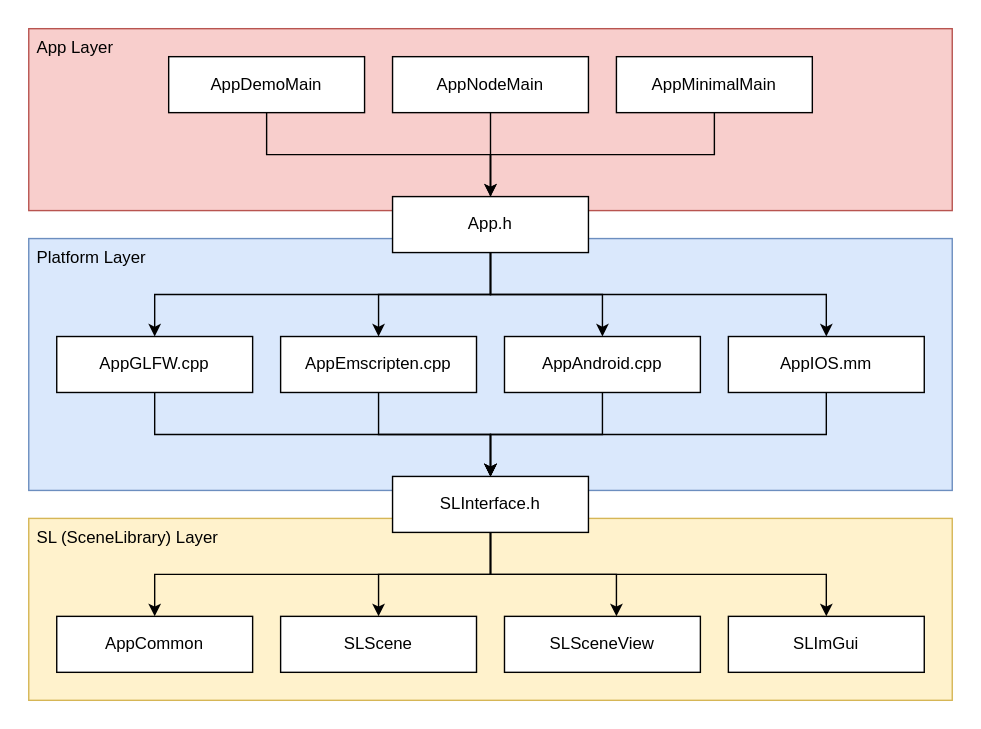
Above: docs/images/app_framework.svg in cpvrlab/SLProject4 (draw.io), before the change. Source tidied: cells renumbered, new cells last; positions are measured from the earlier drawing's top-left corner, leaving out a move shared by most shapes.
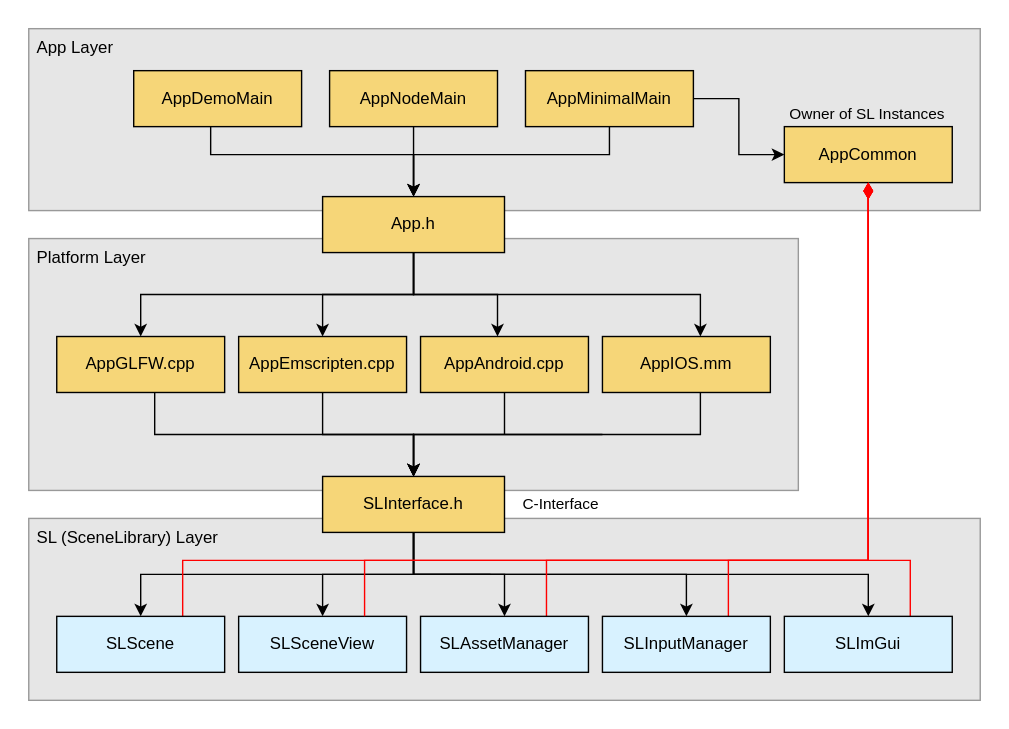
The same diagram one commit later.

Change to the diagram source:
```diff
@@ -2,102 +2,104 @@
   <root>
     <mxCell id="0" />
     <mxCell id="1" parent="0" />
-    <mxCell id="2" value="SL (SceneLibrary) Layer" style="rounded=0;whiteSpace=wrap;html=1;fillColor=#fff2cc;strokeColor=#d6b656;verticalAlign=top;align=left;spacingLeft=4;" parent="1" vertex="1">
-      <mxGeometry y="350" width="660" height="130" as="geometry" />
+    <mxCell id="2" value="SL (SceneLibrary) Layer" style="rounded=0;whiteSpace=wrap;html=1;fillColor=#E6E6E6;strokeColor=#999999;verticalAlign=top;align=left;spacingLeft=4;" parent="1" vertex="1">
+      <mxGeometry y="350" width="680" height="130" as="geometry" />
     </mxCell>
-    <mxCell id="3" value="Platform Layer" style="rounded=0;whiteSpace=wrap;html=1;fillColor=#dae8fc;strokeColor=#6c8ebf;verticalAlign=top;align=left;spacingLeft=4;" parent="1" vertex="1">
-      <mxGeometry y="150" width="660" height="180" as="geometry" />
+    <mxCell id="3" value="Platform Layer" style="rounded=0;whiteSpace=wrap;html=1;fillColor=#E6E6E6;strokeColor=#999999;verticalAlign=top;align=left;spacingLeft=4;" parent="1" vertex="1">
+      <mxGeometry y="150" width="550" height="180" as="geometry" />
     </mxCell>
-    <mxCell id="4" value="App Layer" style="rounded=0;whiteSpace=wrap;html=1;fillColor=#f8cecc;strokeColor=#b85450;verticalAlign=top;align=left;spacingLeft=4;" parent="1" vertex="1">
-      <mxGeometry width="660" height="130" as="geometry" />
+    <mxCell id="4" value="App Layer" style="rounded=0;whiteSpace=wrap;html=1;fillColor=#E6E6E6;strokeColor=#999999;verticalAlign=top;align=left;spacingLeft=4;" parent="1" vertex="1">
+      <mxGeometry width="680" height="130" as="geometry" />
     </mxCell>
-    <mxCell id="5" style="edgeStyle=orthogonalEdgeStyle;rounded=0;jettySize=auto;html=1;" parent="1" edge="1" source="6">
+    <mxCell id="5" style="edgeStyle=orthogonalEdgeStyle;rounded=0;jettySize=auto;html=1;entryX=0.5;entryY=0;entryDx=0;entryDy=0;strokeWidth=1;" parent="1" edge="1" source="6" target="15">
       <mxGeometry relative="1" as="geometry">
-        <mxPoint x="330" y="130" as="targetPoint" />
         <Array as="points">
-          <mxPoint x="170" y="90" />
-          <mxPoint x="330" y="90" />
+          <mxPoint x="130" y="90" />
+          <mxPoint x="275" y="90" />
         </Array>
       </mxGeometry>
     </mxCell>
-    <mxCell id="6" value="&lt;a href=&quot;https://cpvrlab.github.io/SLProject4/_app_demo_main_8cpp.html&quot;&gt;AppDemoMain&lt;/a&gt;" style="rounded=0;whiteSpace=wrap;html=1;" parent="1" vertex="1">
-      <mxGeometry x="100" y="20" width="140" height="40" as="geometry" />
+    <mxCell id="6" value="&lt;a href=&quot;https://cpvrlab.github.io/SLProject4/_app_demo_main_8cpp.html&quot;&gt;AppDemoMain&lt;/a&gt;" style="rounded=0;whiteSpace=wrap;html=1;fillColor=#f6d678;strokeColor=#000000;" parent="1" vertex="1">
+      <mxGeometry x="75" y="30" width="120" height="40" as="geometry" />
     </mxCell>
-    <mxCell id="7" style="edgeStyle=orthogonalEdgeStyle;rounded=0;jettySize=auto;html=1;" parent="1" edge="1" source="8" target="15">
+    <mxCell id="7" style="edgeStyle=orthogonalEdgeStyle;rounded=0;jettySize=auto;html=1;strokeWidth=1;" parent="1" edge="1" source="8" target="15">
       <mxGeometry relative="1" as="geometry" />
     </mxCell>
-    <mxCell id="8" value="&lt;a href=&quot;https://cpvrlab.github.io/SLProject4/_app_node_main_8cpp.html&quot;&gt;AppNodeMain&lt;/a&gt;" style="rounded=0;whiteSpace=wrap;html=1;" parent="1" vertex="1">
-      <mxGeometry x="260" y="20" width="140" height="40" as="geometry" />
+    <mxCell id="8" value="&lt;a href=&quot;https://cpvrlab.github.io/SLProject4/_app_node_main_8cpp.html&quot;&gt;AppNodeMain&lt;/a&gt;" style="rounded=0;whiteSpace=wrap;html=1;fillColor=#f6d678;" parent="1" vertex="1">
+      <mxGeometry x="215" y="30" width="120" height="40" as="geometry" />
     </mxCell>
-    <mxCell id="9" style="edgeStyle=orthogonalEdgeStyle;rounded=0;jettySize=auto;html=1;" parent="1" edge="1" source="10" target="15">
+    <mxCell id="9" style="edgeStyle=orthogonalEdgeStyle;rounded=0;jettySize=auto;html=1;strokeWidth=1;" parent="1" edge="1" source="10" target="15">
       <mxGeometry relative="1" as="geometry">
         <Array as="points">
-          <mxPoint x="490" y="90" />
-          <mxPoint x="330" y="90" />
+          <mxPoint x="415" y="90" />
+          <mxPoint x="275" y="90" />
         </Array>
       </mxGeometry>
     </mxCell>
+    <mxCell id="33" style="edgeStyle=orthogonalEdgeStyle;rounded=0;jettySize=auto;html=1;exitX=1;exitY=0.5;exitDx=0;exitDy=0;strokeWidth=1;" parent="1" edge="1" source="10" target="29">
+      <mxGeometry relative="1" as="geometry" />
+    </mxCell>
-    <mxCell id="10" value="&lt;a href=&quot;https://cpvrlab.github.io/SLProject4/_app_minimal_main_8cpp.html&quot;&gt;AppMinimalMain&lt;/a&gt;" style="rounded=0;whiteSpace=wrap;html=1;" parent="1" vertex="1">
-      <mxGeometry x="420" y="20" width="140" height="40" as="geometry" />
+    <mxCell id="10" value="&lt;a href=&quot;https://cpvrlab.github.io/SLProject4/_app_minimal_main_8cpp.html&quot;&gt;AppMinimalMain&lt;/a&gt;" style="rounded=0;whiteSpace=wrap;html=1;fillColor=#f6d678;" parent="1" vertex="1">
+      <mxGeometry x="355" y="30" width="120" height="40" as="geometry" />
     </mxCell>
-    <mxCell id="11" style="edgeStyle=orthogonalEdgeStyle;rounded=0;jettySize=auto;html=1;" parent="1" edge="1" source="15" target="17">
+    <mxCell id="11" style="edgeStyle=orthogonalEdgeStyle;rounded=0;jettySize=auto;html=1;strokeWidth=1;" parent="1" edge="1" source="15" target="17">
       <mxGeometry relative="1" as="geometry">
         <Array as="points">
-          <mxPoint x="330" y="190" />
-          <mxPoint x="90" y="190" />
+          <mxPoint x="275" y="190" />
+          <mxPoint x="80" y="190" />
         </Array>
       </mxGeometry>
     </mxCell>
-    <mxCell id="12" style="edgeStyle=orthogonalEdgeStyle;rounded=0;jettySize=auto;html=1;" parent="1" edge="1" source="15" target="19">
+    <mxCell id="12" style="edgeStyle=orthogonalEdgeStyle;rounded=0;jettySize=auto;html=1;strokeWidth=1;" parent="1" edge="1" source="15" target="19">
       <mxGeometry relative="1" as="geometry">
         <Array as="points">
-          <mxPoint x="330" y="190" />
-          <mxPoint x="250" y="190" />
+          <mxPoint x="275" y="190" />
+          <mxPoint x="210" y="190" />
         </Array>
       </mxGeometry>
     </mxCell>
-    <mxCell id="13" style="edgeStyle=orthogonalEdgeStyle;rounded=0;jettySize=auto;html=1;" parent="1" edge="1" source="15" target="21">
+    <mxCell id="13" style="edgeStyle=orthogonalEdgeStyle;rounded=0;jettySize=auto;html=1;strokeWidth=1;" parent="1" edge="1" source="15" target="21">
       <mxGeometry relative="1" as="geometry">
         <Array as="points">
-          <mxPoint x="330" y="190" />
-          <mxPoint x="410" y="190" />
+          <mxPoint x="275" y="190" />
+          <mxPoint x="335" y="190" />
         </Array>
       </mxGeometry>
     </mxCell>
-    <mxCell id="14" style="edgeStyle=orthogonalEdgeStyle;rounded=0;jettySize=auto;html=1;" parent="1" edge="1" source="15" target="23">
+    <mxCell id="14" style="edgeStyle=orthogonalEdgeStyle;rounded=0;jettySize=auto;html=1;strokeWidth=1;" parent="1" edge="1" source="15" target="23">
       <mxGeometry relative="1" as="geometry">
         <Array as="points">
-          <mxPoint x="330" y="190" />
-          <mxPoint x="570" y="190" />
+          <mxPoint x="275" y="190" />
+          <mxPoint x="480" y="190" />
         </Array>
       </mxGeometry>
     </mxCell>
-    <mxCell id="15" value="&lt;a href=&quot;https://cpvrlab.github.io/SLProject4/_app_8h.html&quot;&gt;App.h&lt;/a&gt;" style="rounded=0;whiteSpace=wrap;html=1;" parent="1" vertex="1">
-      <mxGeometry x="260" y="120" width="140" height="40" as="geometry" />
+    <mxCell id="15" value="&lt;a href=&quot;https://cpvrlab.github.io/SLProject4/_app_8h.html&quot;&gt;App.h&lt;/a&gt;" style="rounded=0;whiteSpace=wrap;html=1;fillColor=#f6d678;" parent="1" vertex="1">
+      <mxGeometry x="210" y="120" width="130" height="40" as="geometry" />
     </mxCell>
-    <mxCell id="16" style="edgeStyle=orthogonalEdgeStyle;rounded=0;jettySize=auto;html=1;" parent="1" edge="1" source="17" target="28">
+    <mxCell id="16" style="edgeStyle=orthogonalEdgeStyle;rounded=0;jettySize=auto;html=1;strokeWidth=1;" parent="1" edge="1" source="17" target="28">
       <mxGeometry relative="1" as="geometry">
         <Array as="points">
           <mxPoint x="90" y="290" />
-          <mxPoint x="330" y="290" />
+          <mxPoint x="275" y="290" />
         </Array>
       </mxGeometry>
     </mxCell>
-    <mxCell id="17" value="&lt;a href=&quot;https://cpvrlab.github.io/SLProject4/_app_g_l_f_w_8cpp.html&quot;&gt;AppGLFW.cpp&lt;/a&gt;" style="rounded=0;whiteSpace=wrap;html=1;" parent="1" vertex="1">
-      <mxGeometry x="20" y="220" width="140" height="40" as="geometry" />
+    <mxCell id="17" value="&lt;a href=&quot;https://cpvrlab.github.io/SLProject4/_app_g_l_f_w_8cpp.html&quot;&gt;AppGLFW.cpp&lt;/a&gt;" style="rounded=0;whiteSpace=wrap;html=1;fillColor=#f6d678;" parent="1" vertex="1">
+      <mxGeometry x="20" y="220" width="120" height="40" as="geometry" />
     </mxCell>
-    <mxCell id="18" style="edgeStyle=orthogonalEdgeStyle;rounded=0;jettySize=auto;html=1;" parent="1" edge="1" source="19" target="28">
+    <mxCell id="18" style="edgeStyle=orthogonalEdgeStyle;rounded=0;jettySize=auto;html=1;strokeWidth=1;" parent="1" edge="1" source="19" target="28">
       <mxGeometry relative="1" as="geometry">
         <Array as="points">
-          <mxPoint x="250" y="290" />
-          <mxPoint x="330" y="290" />
+          <mxPoint x="210" y="290" />
+          <mxPoint x="275" y="290" />
         </Array>
       </mxGeometry>
     </mxCell>
-    <mxCell id="19" value="&lt;a href=&quot;https://cpvrlab.github.io/SLProject4/_app_emscripten_8cpp.html&quot;&gt;AppEmscripten.cpp&lt;/a&gt;" style="rounded=0;whiteSpace=wrap;html=1;" parent="1" vertex="1">
-      <mxGeometry x="180" y="220" width="140" height="40" as="geometry" />
+    <mxCell id="19" value="&lt;a href=&quot;https://cpvrlab.github.io/SLProject4/_app_emscripten_8cpp.html&quot;&gt;AppEmscripten.cpp&lt;/a&gt;" style="rounded=0;whiteSpace=wrap;html=1;fillColor=#f6d678;" parent="1" vertex="1">
+      <mxGeometry x="150" y="220" width="120" height="40" as="geometry" />
     </mxCell>
-    <mxCell id="20" style="edgeStyle=orthogonalEdgeStyle;rounded=0;jettySize=auto;html=1;entryX=0.5;entryY=0;entryDx=0;entryDy=0;" parent="1" edge="1" source="21" target="28">
+    <mxCell id="20" style="edgeStyle=orthogonalEdgeStyle;rounded=0;jettySize=auto;html=1;entryX=0.5;entryY=0;entryDx=0;entryDy=0;strokeWidth=1;" parent="1" edge="1" source="21" target="28">
       <mxGeometry relative="1" as="geometry">
         <Array as="points">
           <mxPoint x="410" y="290" />
@@ -105,29 +107,21 @@
         </Array>
       </mxGeometry>
     </mxCell>
-    <mxCell id="21" value="&lt;a href=&quot;https://cpvrlab.github.io/SLProject4/_app_android_8cpp.html&quot;&gt;AppAndroid.cpp&lt;/a&gt;" style="rounded=0;whiteSpace=wrap;html=1;" parent="1" vertex="1">
-      <mxGeometry x="340" y="220" width="140" height="40" as="geometry" />
+    <mxCell id="21" value="&lt;a href=&quot;https://cpvrlab.github.io/SLProject4/_app_android_8cpp.html&quot;&gt;AppAndroid.cpp&lt;/a&gt;" style="rounded=0;whiteSpace=wrap;html=1;fillColor=#f6d678;" parent="1" vertex="1">
+      <mxGeometry x="280" y="220" width="120" height="40" as="geometry" />
     </mxCell>
-    <mxCell id="22" style="edgeStyle=orthogonalEdgeStyle;rounded=0;jettySize=auto;html=1;entryX=0.5;entryY=0;entryDx=0;entryDy=0;" parent="1" edge="1" source="23" target="28">
+    <mxCell id="22" style="edgeStyle=orthogonalEdgeStyle;rounded=0;jettySize=auto;html=1;entryX=0.5;entryY=0;entryDx=0;entryDy=0;strokeWidth=1;" parent="1" edge="1" source="23" target="28">
       <mxGeometry relative="1" as="geometry">
         <Array as="points">
-          <mxPoint x="570" y="290" />
-          <mxPoint x="330" y="290" />
+          <mxPoint x="480" y="290" />
+          <mxPoint x="275" y="290" />
         </Array>
       </mxGeometry>
     </mxCell>
-    <mxCell id="23" value="&lt;a href=&quot;https://cpvrlab.github.io/SLProject4/_app_i_o_s_8mm.html&quot;&gt;AppIOS.mm&lt;/a&gt;" style="rounded=0;whiteSpace=wrap;html=1;" parent="1" vertex="1">
-      <mxGeometry x="500" y="220" width="140" height="40" as="geometry" />
+    <mxCell id="23" value="&lt;a href=&quot;https://cpvrlab.github.io/SLProject4/_app_i_o_s_8mm.html&quot;&gt;AppIOS.mm&lt;/a&gt;" style="rounded=0;whiteSpace=wrap;html=1;fillColor=#f6d678;" parent="1" vertex="1">
+      <mxGeometry x="410" y="220" width="120" height="40" as="geometry" />
     </mxCell>
-    <mxCell id="24" style="edgeStyle=orthogonalEdgeStyle;rounded=0;jettySize=auto;html=1;" parent="1" edge="1" source="28" target="29">
-      <mxGeometry relative="1" as="geometry">
-        <Array as="points">
-          <mxPoint x="330" y="390" />
-          <mxPoint x="90" y="390" />
-        </Array>
-      </mxGeometry>
-    </mxCell>
-    <mxCell id="25" style="edgeStyle=orthogonalEdgeStyle;rounded=0;jettySize=auto;html=1;exitX=0.5;exitY=1;exitDx=0;exitDy=0;" parent="1" edge="1" source="28" target="30">
+    <mxCell id="25" style="edgeStyle=orthogonalEdgeStyle;rounded=0;jettySize=auto;html=1;exitX=0.5;exitY=1;exitDx=0;exitDy=0;strokeWidth=1;" parent="1" edge="1" source="28" target="30">
       <mxGeometry relative="1" as="geometry">
         <Array as="points">
           <mxPoint x="330" y="390" />
@@ -135,36 +129,95 @@
         </Array>
       </mxGeometry>
     </mxCell>
-    <mxCell id="26" style="edgeStyle=orthogonalEdgeStyle;rounded=0;jettySize=auto;html=1;" parent="1" edge="1" source="28" target="31">
+    <mxCell id="26" style="edgeStyle=orthogonalEdgeStyle;rounded=0;jettySize=auto;html=1;strokeWidth=1;" parent="1" edge="1" source="28" target="31">
       <mxGeometry relative="1" as="geometry">
         <Array as="points">
-          <mxPoint x="330" y="390" />
-          <mxPoint x="420" y="390" />
+          <mxPoint x="275" y="390" />
+          <mxPoint x="210" y="390" />
         </Array>
       </mxGeometry>
     </mxCell>
-    <mxCell id="27" style="edgeStyle=orthogonalEdgeStyle;rounded=0;jettySize=auto;html=1;" parent="1" edge="1" source="28" target="32">
+    <mxCell id="27" style="edgeStyle=orthogonalEdgeStyle;rounded=0;jettySize=auto;html=1;strokeWidth=1;" parent="1" edge="1" source="28" target="32">
       <mxGeometry relative="1" as="geometry">
         <Array as="points">
-          <mxPoint x="330" y="390" />
-          <mxPoint x="570" y="390" />
+          <mxPoint x="275" y="390" />
+          <mxPoint x="600" y="390" />
         </Array>
       </mxGeometry>
     </mxCell>
+    <mxCell id="34" style="edgeStyle=orthogonalEdgeStyle;rounded=0;jettySize=auto;html=1;exitX=0.5;exitY=1;exitDx=0;exitDy=0;strokeWidth=1;" parent="1" edge="1" source="28" target="39">
+      <mxGeometry relative="1" as="geometry" />
+    </mxCell>
+    <mxCell id="35" style="edgeStyle=orthogonalEdgeStyle;rounded=0;jettySize=auto;html=1;exitX=0.5;exitY=1;exitDx=0;exitDy=0;strokeWidth=1;" parent="1" edge="1" source="28" target="41">
+      <mxGeometry relative="1" as="geometry" />
+    </mxCell>
-    <mxCell id="28" value="&lt;a href=&quot;https://cpvrlab.github.io/SLProject4/_s_l_interface_8h.html&quot;&gt;SLInterface.h&lt;/a&gt;" style="rounded=0;whiteSpace=wrap;html=1;" parent="1" vertex="1">
-      <mxGeometry x="260" y="320" width="140" height="40" as="geometry" />
+    <mxCell id="28" value="&lt;a href=&quot;https://cpvrlab.github.io/SLProject4/_s_l_interface_8h.html&quot;&gt;SLInterface.h&lt;/a&gt;" style="rounded=0;whiteSpace=wrap;html=1;fillColor=#f6d678;" parent="1" vertex="1">
+      <mxGeometry x="210" y="320" width="130" height="40" as="geometry" />
     </mxCell>
-    <mxCell id="29" value="&lt;a href=&quot;https://cpvrlab.github.io/SLProject4/_app_demo_8h.html&quot;&gt;AppCommon&lt;/a&gt;" style="rounded=0;whiteSpace=wrap;html=1;" parent="1" vertex="1">
-      <mxGeometry x="20" y="420" width="140" height="40" as="geometry" />
+    <mxCell id="29" value="&lt;a href=&quot;https://cpvrlab.github.io/SLProject4/class_app_common.html&quot;&gt;AppCommon&lt;/a&gt;" style="rounded=0;whiteSpace=wrap;html=1;fillColor=#F6D678;" parent="1" vertex="1">
+      <mxGeometry x="540" y="70" width="120" height="40" as="geometry" />
     </mxCell>
+    <mxCell id="36" style="edgeStyle=orthogonalEdgeStyle;rounded=0;jettySize=auto;html=1;exitX=0.75;exitY=0;exitDx=0;exitDy=0;entryX=0.5;entryY=1;entryDx=0;entryDy=0;strokeColor=#FF0000;endArrow=diamondThin;endFill=1;endSize=9;" parent="1" edge="1" source="30" target="29">
+      <mxGeometry relative="1" as="geometry">
+        <Array as="points">
+          <mxPoint x="110" y="380" />
+          <mxPoint x="600" y="380" />
+        </Array>
+      </mxGeometry>
+    </mxCell>
-    <mxCell id="30" value="&lt;a href=&quot;https://cpvrlab.github.io/SLProject4/class_s_l_scene.html&quot;&gt;SLScene&lt;/a&gt;" style="rounded=0;whiteSpace=wrap;html=1;" parent="1" vertex="1">
-      <mxGeometry x="180" y="420" width="140" height="40" as="geometry" />
+    <mxCell id="30" value="&lt;a href=&quot;https://cpvrlab.github.io/SLProject4/class_s_l_scene.html&quot;&gt;SLScene&lt;/a&gt;" style="rounded=0;whiteSpace=wrap;html=1;fillColor=#d8f2ff;" parent="1" vertex="1">
+      <mxGeometry x="20" y="420" width="120" height="40" as="geometry" />
     </mxCell>
-    <mxCell id="31" value="&lt;a href=&quot;https://cpvrlab.github.io/SLProject4/class_s_l_scene_view.html&quot;&gt;SLSceneView&lt;/a&gt;" style="rounded=0;whiteSpace=wrap;html=1;" parent="1" vertex="1">
-      <mxGeometry x="340" y="420" width="140" height="40" as="geometry" />
+    <mxCell id="31" value="&lt;a href=&quot;https://cpvrlab.github.io/SLProject4/class_s_l_scene_view.html&quot;&gt;SLSceneView&lt;/a&gt;" style="rounded=0;whiteSpace=wrap;html=1;fillColor=#d8f2ff;" parent="1" vertex="1">
+      <mxGeometry x="150" y="420" width="120" height="40" as="geometry" />
     </mxCell>
+    <mxCell id="37" style="edgeStyle=orthogonalEdgeStyle;rounded=0;jettySize=auto;html=1;exitX=0.75;exitY=0;exitDx=0;exitDy=0;strokeColor=#FF0000;endArrow=diamondThin;endFill=1;entryX=0.5;entryY=1;entryDx=0;entryDy=0;endSize=9;" parent="1" edge="1" source="32" target="29">
+      <mxGeometry relative="1" as="geometry">
+        <Array as="points">
+          <mxPoint x="630" y="380" />
+          <mxPoint x="600" y="380" />
+        </Array>
+      </mxGeometry>
+    </mxCell>
-    <mxCell id="32" value="&lt;a href=&quot;https://cpvrlab.github.io/SLProject4/class_s_l_im_gui.html&quot;&gt;SLImGui&lt;/a&gt;" style="rounded=0;whiteSpace=wrap;html=1;" parent="1" vertex="1">
-      <mxGeometry x="500" y="420" width="140" height="40" as="geometry" />
+    <mxCell id="32" value="&lt;a href=&quot;https://cpvrlab.github.io/SLProject4/class_s_l_im_gui.html&quot;&gt;SLImGui&lt;/a&gt;" style="rounded=0;whiteSpace=wrap;html=1;fillColor=#d8f2ff;" parent="1" vertex="1">
+      <mxGeometry x="540" y="420" width="120" height="40" as="geometry" />
     </mxCell>
+    <mxCell id="38" style="edgeStyle=orthogonalEdgeStyle;rounded=0;jettySize=auto;html=1;exitX=0.75;exitY=0;exitDx=0;exitDy=0;endArrow=diamondThin;endFill=1;strokeColor=#FF0000;entryX=0.5;entryY=1;entryDx=0;entryDy=0;endSize=9;" parent="1" edge="1" source="39" target="29">
+      <mxGeometry relative="1" as="geometry">
+        <Array as="points">
+          <mxPoint x="370" y="380" />
+          <mxPoint x="600" y="380" />
+        </Array>
+      </mxGeometry>
+    </mxCell>
+    <mxCell id="39" value="&lt;a href=&quot;https://cpvrlab.github.io/SLProject4/class_s_l_asset_manager.html&quot;&gt;SLAssetManager&lt;/a&gt;" style="rounded=0;whiteSpace=wrap;html=1;fillColor=#d8f2ff;" parent="1" vertex="1">
+      <mxGeometry x="280" y="420" width="120" height="40" as="geometry" />
+    </mxCell>
+    <mxCell id="40" style="edgeStyle=orthogonalEdgeStyle;rounded=0;jettySize=auto;html=1;exitX=0.75;exitY=0;exitDx=0;exitDy=0;entryX=0.5;entryY=1;entryDx=0;entryDy=0;strokeColor=#FF0000;endArrow=diamondThin;endFill=1;endSize=9;" parent="1" edge="1" source="41" target="29">
+      <mxGeometry relative="1" as="geometry">
+        <Array as="points">
+          <mxPoint x="500" y="380" />
+          <mxPoint x="600" y="380" />
+        </Array>
+      </mxGeometry>
+    </mxCell>
+    <mxCell id="41" value="&lt;a href=&quot;https://cpvrlab.github.io/SLProject4/class_s_l_input_manager.html&quot;&gt;SLInputManager&lt;/a&gt;" style="rounded=0;whiteSpace=wrap;html=1;fillColor=#d8f2ff;" parent="1" vertex="1">
+      <mxGeometry x="410" y="420" width="120" height="40" as="geometry" />
+    </mxCell>
+    <mxCell id="42" style="edgeStyle=orthogonalEdgeStyle;rounded=0;jettySize=auto;html=1;exitX=0.75;exitY=0;exitDx=0;exitDy=0;endArrow=diamondThin;endFill=1;strokeColor=#FF0000;endSize=9;" parent="1" edge="1" source="31">
+      <mxGeometry relative="1" as="geometry">
+        <mxPoint x="600" y="110" as="targetPoint" />
+        <Array as="points">
+          <mxPoint x="240" y="380" />
+          <mxPoint x="600" y="380" />
+        </Array>
+      </mxGeometry>
+    </mxCell>
+    <mxCell id="43" value="C-Interface" style="text;html=1;align=center;verticalAlign=middle;strokeColor=none;fillColor=none;fontSize=11;" parent="1" vertex="1">
+      <mxGeometry x="340" y="325" width="80" height="30" as="geometry" />
+    </mxCell>
+    <mxCell id="44" value="Owner of SL Instances" style="text;html=1;align=center;verticalAlign=middle;strokeColor=none;fillColor=none;fontSize=11;" parent="1" vertex="1">
+      <mxGeometry x="534" y="46" width="130" height="30" as="geometry" />
+    </mxCell>
   </root>
 </mxGraphModel>
```
